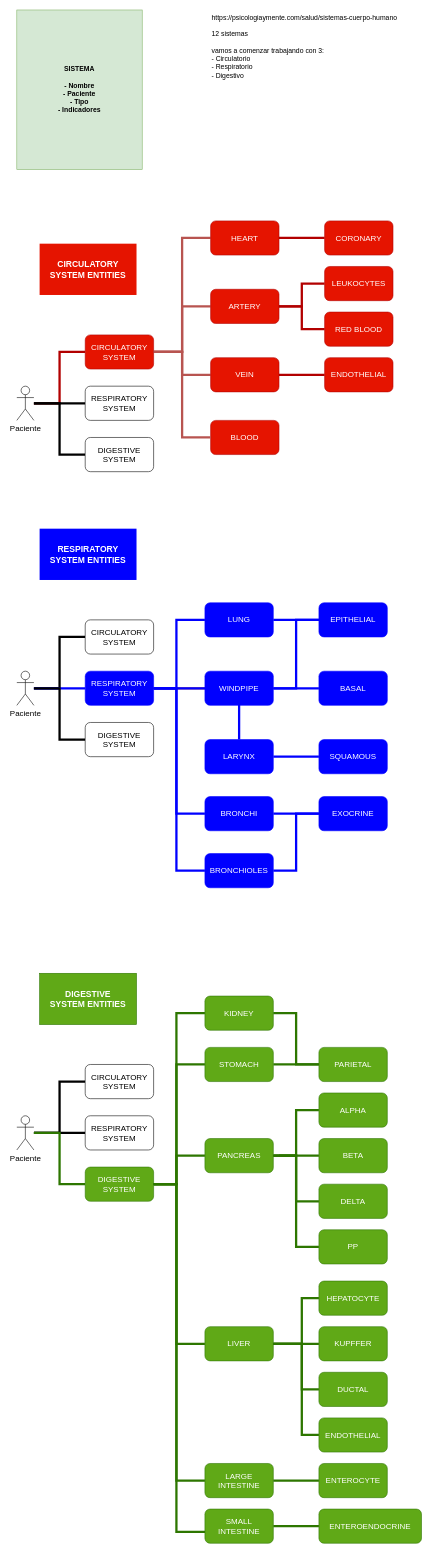
Above: page "SISTEMAS" (5 of 6) of arch-design/cellprom-arch-functionality.drawio in cellprom/cellprom-arq-doc (draw.io), before the change. Source tidied: cells renumbered, new cells numbered last; positions are measured from the earlier drawing's top-left corner, leaving out a move shared by most shapes. Both pictures are drawn from the tidied source at 57%, with x=0, y=0 at pixel (17, 10).
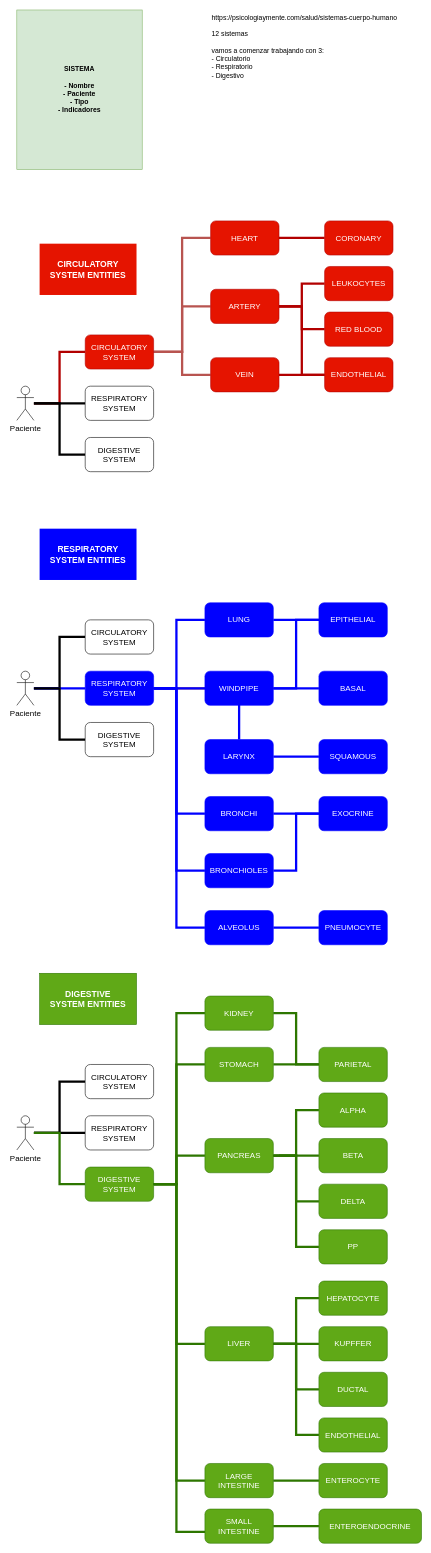
After the change.

Unchanged cells that the change refers to:
```xml
<mxCell id="11" value="CIRCULATORY SYSTEM" style="rounded=1;whiteSpace=wrap;html=1;fontSize=14;fillColor=#e51400;strokeColor=#B20000;fontColor=#ffffff;" parent="1" vertex="1">
  <mxGeometry x="120" y="570" width="120" height="60" as="geometry" />
</mxCell>
<mxCell id="18" value="ARTERY" style="rounded=1;whiteSpace=wrap;html=1;fontSize=14;fillColor=#e51400;strokeColor=#B20000;fontColor=#ffffff;" parent="1" vertex="1">
  <mxGeometry x="340" y="490" width="120" height="60" as="geometry" />
</mxCell>
<mxCell id="22" value="ENDOTHELIAL" style="rounded=1;whiteSpace=wrap;html=1;fontSize=14;fillColor=#e51400;strokeColor=#B20000;fontColor=#ffffff;" parent="1" vertex="1">
  <mxGeometry x="540" y="610" width="120" height="60" as="geometry" />
</mxCell>
<mxCell id="34" value="RESPIRATORY&lt;br&gt;SYSTEM" style="rounded=1;whiteSpace=wrap;html=1;fontSize=14;strokeColor=#0000FF;fillColor=#0000FF;fontColor=#FFFFFF;" parent="1" vertex="1">
  <mxGeometry x="120" y="1160" width="120" height="60" as="geometry" />
</mxCell>
<mxCell id="68" value="LIVER" style="rounded=1;whiteSpace=wrap;html=1;fontSize=14;fillColor=#60a917;strokeColor=#2D7600;fontColor=#ffffff;" parent="1" vertex="1">
  <mxGeometry x="330" y="2310" width="120" height="60" as="geometry" />
</mxCell>
<mxCell id="86" value="HEPATOCYTE" style="rounded=1;whiteSpace=wrap;html=1;fontSize=14;fillColor=#60a917;strokeColor=#2D7600;fontColor=#ffffff;" parent="1" vertex="1">
  <mxGeometry x="530" y="2230" width="120" height="60" as="geometry" />
</mxCell>
<mxCell id="89" value="DUCTAL" style="rounded=1;whiteSpace=wrap;html=1;fontSize=14;fillColor=#60a917;strokeColor=#2D7600;fontColor=#ffffff;" parent="1" vertex="1">
  <mxGeometry x="530" y="2390" width="120" height="60" as="geometry" />
</mxCell>
<mxCell id="90" value="ENDOTHELIAL" style="rounded=1;whiteSpace=wrap;html=1;fontSize=14;fillColor=#60a917;strokeColor=#2D7600;fontColor=#ffffff;" parent="1" vertex="1">
  <mxGeometry x="530" y="2470" width="120" height="60" as="geometry" />
</mxCell>
```

Change to the diagram source:
```diff
@@
-    <mxCell id="82" value="BLOOD" style="rounded=1;whiteSpace=wrap;html=1;fontSize=14;fillColor=#e51400;strokeColor=#B20000;fontColor=#ffffff;" parent="1" vertex="1">
-      <mxGeometry x="340" y="720" width="120" height="60" as="geometry" />
-    </mxCell>
-    <mxCell id="83" style="edgeStyle=orthogonalEdgeStyle;rounded=0;jettySize=auto;html=1;strokeWidth=4;fontSize=14;endArrow=none;endFill=0;fillColor=#f8cecc;strokeColor=#b85450;exitX=1;exitY=0.5;exitDx=0;exitDy=0;entryX=0;entryY=0.5;entryDx=0;entryDy=0;" parent="1" edge="1" source="11" target="82">
-      <mxGeometry relative="1" as="geometry" />
-    </mxCell>
@@
     <mxCell id="87" style="edgeStyle=orthogonalEdgeStyle;rounded=0;jettySize=auto;html=1;strokeWidth=4;fontSize=14;endArrow=none;endFill=0;fillColor=#60a917;strokeColor=#2D7600;exitX=1;exitY=0.5;exitDx=0;exitDy=0;entryX=0;entryY=0.5;entryDx=0;entryDy=0;" parent="1" edge="1" source="68" target="86">
       <mxGeometry relative="1" as="geometry">
         <Array as="points">
-          <mxPoint x="500" y="2340" />
-          <mxPoint x="500" y="2260" />
+          <mxPoint x="490" y="2340" />
+          <mxPoint x="490" y="2260" />
         </Array>
       </mxGeometry>
     </mxCell>
@@
     <mxCell id="92" style="edgeStyle=orthogonalEdgeStyle;rounded=0;jettySize=auto;html=1;strokeWidth=4;fontSize=14;endArrow=none;endFill=0;fillColor=#60a917;strokeColor=#2D7600;exitX=1;exitY=0.5;exitDx=0;exitDy=0;entryX=0;entryY=0.5;entryDx=0;entryDy=0;" parent="1" edge="1" source="68" target="89">
       <mxGeometry relative="1" as="geometry">
         <Array as="points">
-          <mxPoint x="500" y="2340" />
-          <mxPoint x="500" y="2420" />
+          <mxPoint x="490" y="2340" />
+          <mxPoint x="490" y="2420" />
         </Array>
       </mxGeometry>
     </mxCell>
     <mxCell id="93" style="edgeStyle=orthogonalEdgeStyle;rounded=0;jettySize=auto;html=1;strokeWidth=4;fontSize=14;endArrow=none;endFill=0;fillColor=#60a917;strokeColor=#2D7600;exitX=1;exitY=0.5;exitDx=0;exitDy=0;entryX=0;entryY=0.5;entryDx=0;entryDy=0;" parent="1" edge="1" source="68" target="90">
       <mxGeometry relative="1" as="geometry">
         <Array as="points">
-          <mxPoint x="500" y="2340" />
-          <mxPoint x="500" y="2500" />
+          <mxPoint x="490" y="2340" />
+          <mxPoint x="490" y="2500" />
         </Array>
       </mxGeometry>
     </mxCell>
@@
+    <mxCell id="99" value="ALVEOLUS" style="rounded=1;whiteSpace=wrap;html=1;fontSize=14;fillColor=#0000FF;strokeColor=#0000FF;fontColor=#FFFFFF;" parent="1" vertex="1">
+      <mxGeometry x="330" y="1580" width="120" height="60" as="geometry" />
+    </mxCell>
+    <mxCell id="100" value="PNEUMOCYTE" style="rounded=1;whiteSpace=wrap;html=1;fontSize=14;fillColor=#0000FF;strokeColor=#0000FF;fontColor=#FFFFFF;" parent="1" vertex="1">
+      <mxGeometry x="530" y="1580" width="120" height="60" as="geometry" />
+    </mxCell>
+    <mxCell id="101" style="edgeStyle=orthogonalEdgeStyle;rounded=0;jettySize=auto;html=1;strokeWidth=4;fontSize=14;endArrow=none;endFill=0;fillColor=#f8cecc;strokeColor=#0000FF;exitX=1;exitY=0.5;exitDx=0;exitDy=0;entryX=0;entryY=0.5;entryDx=0;entryDy=0;" parent="1" edge="1" source="34" target="99">
+      <mxGeometry relative="1" as="geometry">
+        <Array as="points">
+          <mxPoint x="280" y="1190" />
+          <mxPoint x="280" y="1610" />
+        </Array>
+      </mxGeometry>
+    </mxCell>
+    <mxCell id="102" style="edgeStyle=orthogonalEdgeStyle;rounded=0;jettySize=auto;html=1;strokeWidth=4;fontSize=14;endArrow=none;endFill=0;fillColor=#f8cecc;strokeColor=#0000FF;exitX=1;exitY=0.5;exitDx=0;exitDy=0;entryX=0;entryY=0.5;entryDx=0;entryDy=0;" parent="1" edge="1" source="99" target="100">
+      <mxGeometry relative="1" as="geometry" />
+    </mxCell>
+    <mxCell id="103" style="edgeStyle=orthogonalEdgeStyle;rounded=0;jettySize=auto;html=1;strokeWidth=4;fontSize=14;endArrow=none;endFill=0;fillColor=#e51400;strokeColor=#B20000;exitX=1;exitY=0.5;exitDx=0;exitDy=0;entryX=0;entryY=0.5;entryDx=0;entryDy=0;" parent="1" edge="1" source="18" target="22">
+      <mxGeometry relative="1" as="geometry" />
+    </mxCell>
```
